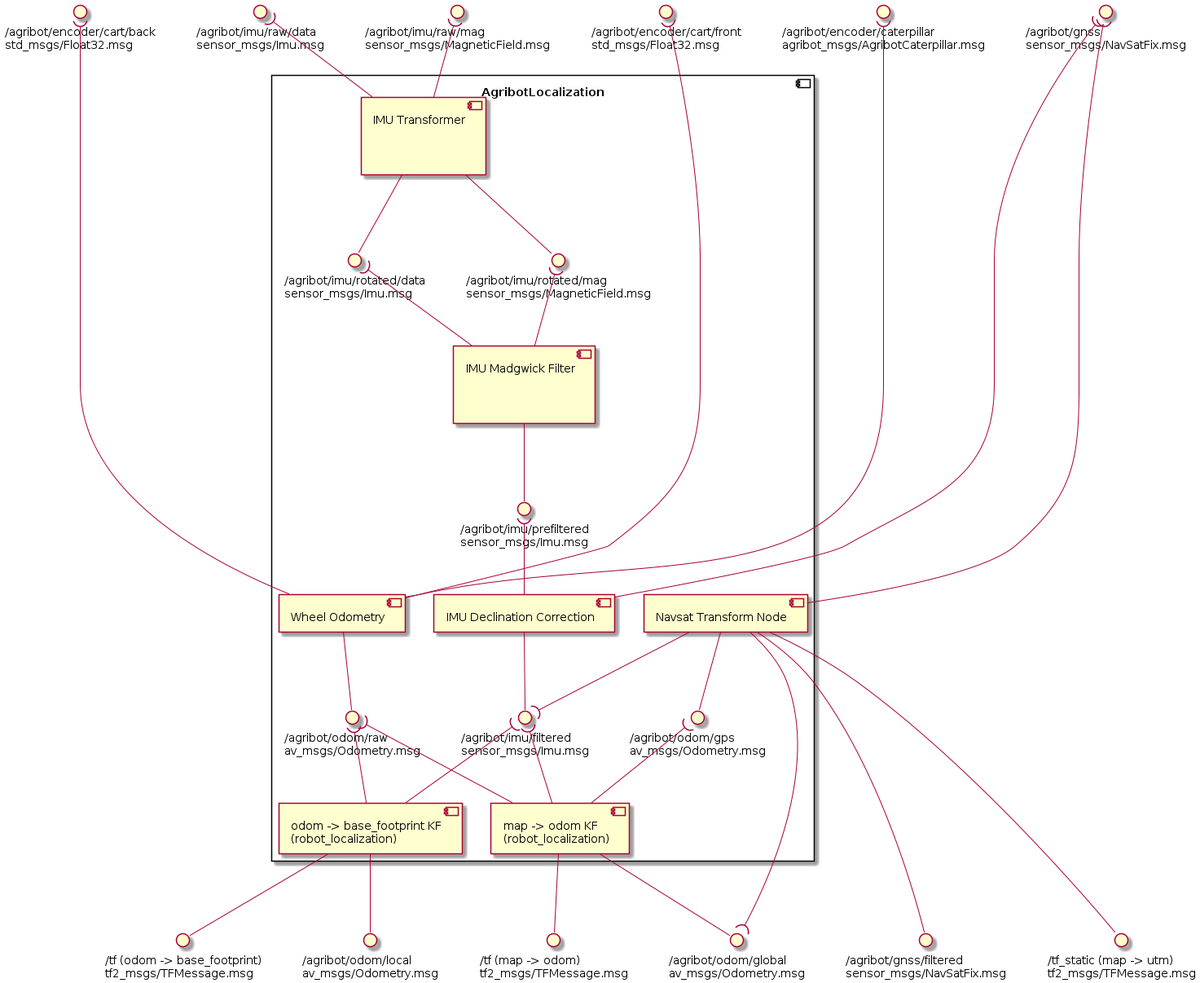
Before: doc/component_diagram/component_diagram.png, a diagram exported from PlantUML (agribot-2-0/agribot_localization).
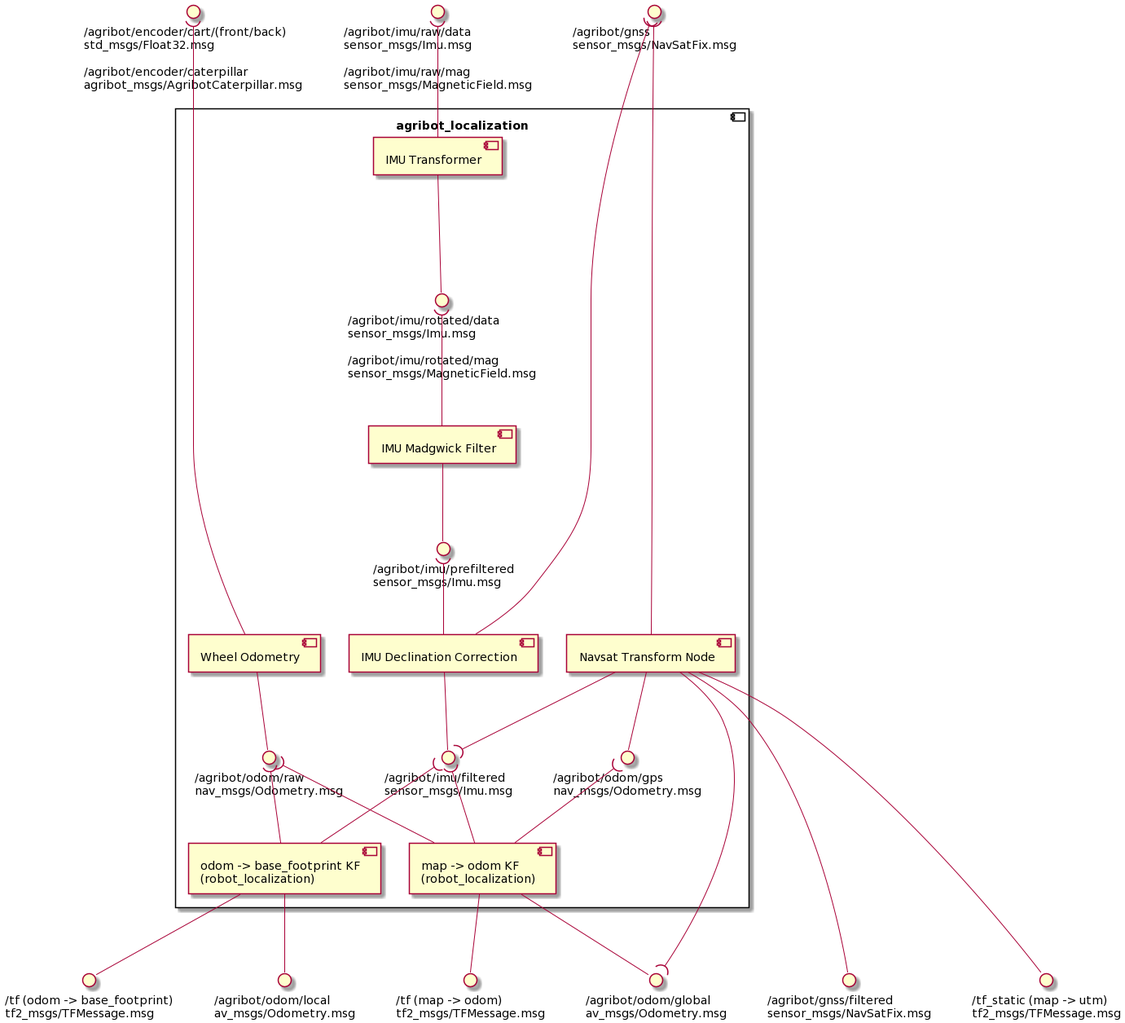
After the change.

Commit message:
Update component diagram

The edit, as a diff of the source:
```diff
@@ -1,11 +1,8 @@
-@startuml agribot_localization
+@startuml
+interface "/agribot/encoder/cart/(front/back)\nstd_msgs/Float32.msg\n\n/agribot/encoder/caterpillar\nagribot_msgs/AgribotCaterpillar.msg" as encoder
+interface "/agribot/imu/raw/data\nsensor_msgs/Imu.msg\n\n/agribot/imu/raw/mag\nsensor_msgs/MagneticField.msg" as imu_raw
+interface "/agribot/gnss\nsensor_msgs/NavSatFix.msg" as gnss
 
-interface "/agribot/imu/raw/data\nsensor_msgs/Imu.msg" as imu_raw
-interface "/agribot/imu/raw/mag\nsensor_msgs/MagneticField.msg" as mag_raw
-interface "/agribot/encoder/caterpillar\nagribot_msgs/AgribotCaterpillar.msg" as encoder_caterpillar
-interface "/agribot/encoder/cart/front\nstd_msgs/Float32.msg" as encoder_cart_front
-interface "/agribot/encoder/cart/back\nstd_msgs/Float32.msg" as encoder_cart_back
-interface "/agribot/gnss\nsensor_msgs/NavSatFix.msg" as gnss
 
 interface "/agribot/gnss/filtered\nsensor_msgs/NavSatFix.msg" as gnss_filtered
 interface "/agribot/odom/global\nav_msgs/Odometry.msg" as odom_global
@@ -15,28 +12,25 @@
 interface "/tf_static (map -> utm)\ntf2_msgs/TFMessage.msg" as map_utm_tf
 
 
-component AgribotLocalization {
+component agribot_localization {
 
-  [IMU Transformer\n\n\n] as Transformer
-  [IMU Madgwick Filter\n\n\n] as Madgwick
+  [IMU Transformer] as Transformer
+  [IMU Madgwick Filter] as Madgwick
   [IMU Declination Correction] as Declination
   [Wheel Odometry] as WheelOdometry
   [Navsat Transform Node] as NavsatTransform
   [odom -> base_footprint KF\n(robot_localization)] as LocalKf
   [map -> odom KF\n(robot_localization)] as GlobalKf
 
-  interface "/agribot/imu/rotated/data\nsensor_msgs/Imu.msg" as imu_rotated
-  interface "/agribot/imu/rotated/mag\nsensor_msgs/MagneticField.msg" as mag_rotated
+  interface "/agribot/imu/rotated/data\nsensor_msgs/Imu.msg\n\n/agribot/imu/rotated/mag\nsensor_msgs/MagneticField.msg" as imu_rotated
   interface "/agribot/imu/prefiltered\nsensor_msgs/Imu.msg" as imu_prefiltered
   interface "/agribot/imu/filtered\nsensor_msgs/Imu.msg" as imu_filtered
-  interface "/agribot/odom/raw\nav_msgs/Odometry.msg" as odom_raw
-  interface "/agribot/odom/gps\nav_msgs/Odometry.msg" as odom_gps
+  interface "/agribot/odom/raw\nnav_msgs/Odometry.msg" as odom_raw
+  interface "/agribot/odom/gps\nnav_msgs/Odometry.msg" as odom_gps
 
-  Transformer -- mag_rotated
   Transformer -- imu_rotated
 
   imu_rotated )-- Madgwick
-  mag_rotated )-- Madgwick
   Madgwick -- imu_prefiltered
 
   imu_prefiltered )-- Declination
@@ -59,12 +53,9 @@
 
 }
 
-Transformer -up-( mag_raw
-Transformer -up-( imu_raw
+imu_raw )-- Transformer
 
-WheelOdometry -up-----( encoder_caterpillar
-WheelOdometry -up-----( encoder_cart_front
-WheelOdometry -up-----( encoder_cart_back
+WheelOdometry -up-----( encoder
 
 NavsatTransform --down-- map_utm_tf
 NavsatTransform --down-- gnss_filtered
@@ -74,5 +65,4 @@
 
 GlobalKf -down- map_odom_tf
 GlobalKf -down- odom_global
-
 @enduml
```
